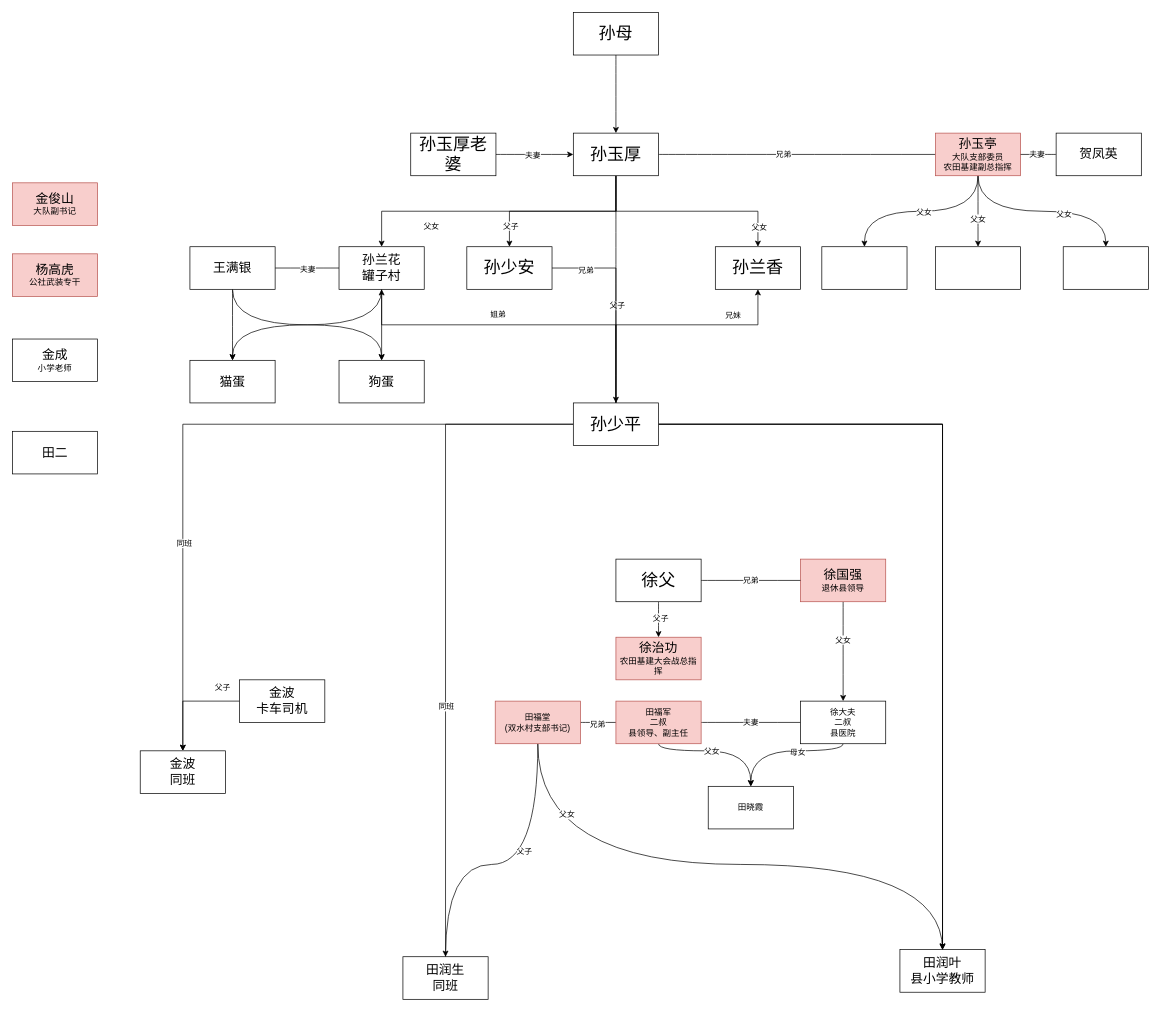
This is book/平凡的世界.drawio from akon0076/draw-io, a draw.io file, before an edit. Source tidied: cells renumbered, new cells numbered last; positions are measured from the earlier drawing's top-left corner, leaving out a move shared by most shapes. Both pictures are drawn from the tidied source at 71%, with x=0, y=0 at pixel (12, 12).
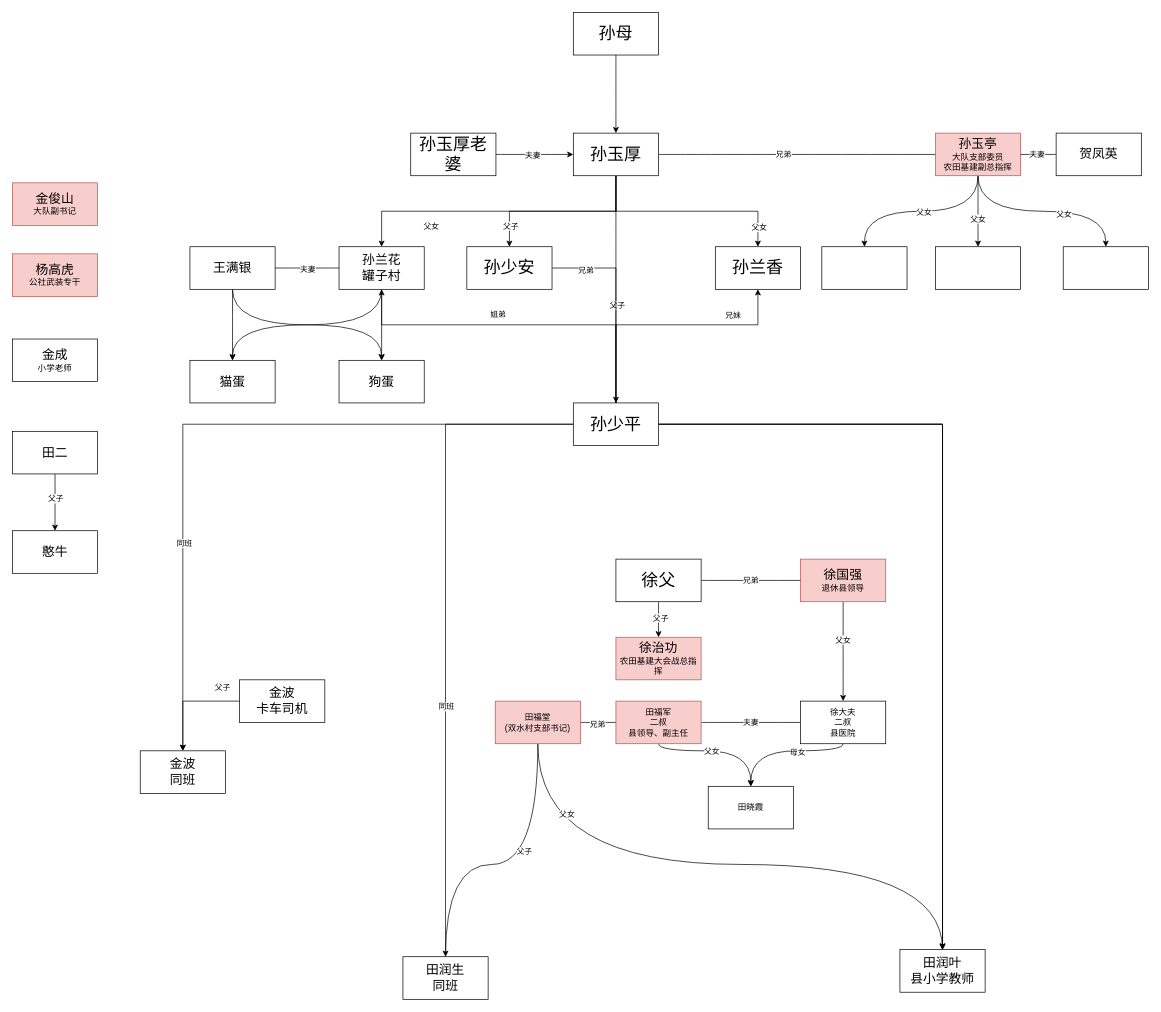
The same diagram, later.

Commit message:
更新平凡的世界.drawio

The change refers to these unchanged cells:
```xml
<mxCell id="81" value="&lt;span style=&quot;font-size: 18px;&quot;&gt;田二&lt;/span&gt;" style="rounded=0;whiteSpace=wrap;html=1;" parent="1" vertex="1">
  <mxGeometry y="590" width="120" height="60" as="geometry" />
</mxCell>
```

Change to the diagram source:
```diff
@@
+    <mxCell id="90" style="edgeStyle=orthogonalEdgeStyle;rounded=0;jettySize=auto;html=1;" parent="1" edge="1" source="81" target="92">
+      <mxGeometry relative="1" as="geometry" />
+    </mxCell>
+    <mxCell id="91" value="父子" style="edgeLabel;html=1;align=center;verticalAlign=middle;" parent="90" vertex="1">
+      <mxGeometry x="-0.15" relative="1" as="geometry" />
+    </mxCell>
@@
+    <mxCell id="92" value="&lt;font style=&quot;font-size: 18px;&quot;&gt;憨牛&lt;/font&gt;" style="whiteSpace=wrap;html=1;rounded=0;" parent="1" vertex="1">
+      <mxGeometry y="730" width="120" height="60" as="geometry" />
+    </mxCell>
```
